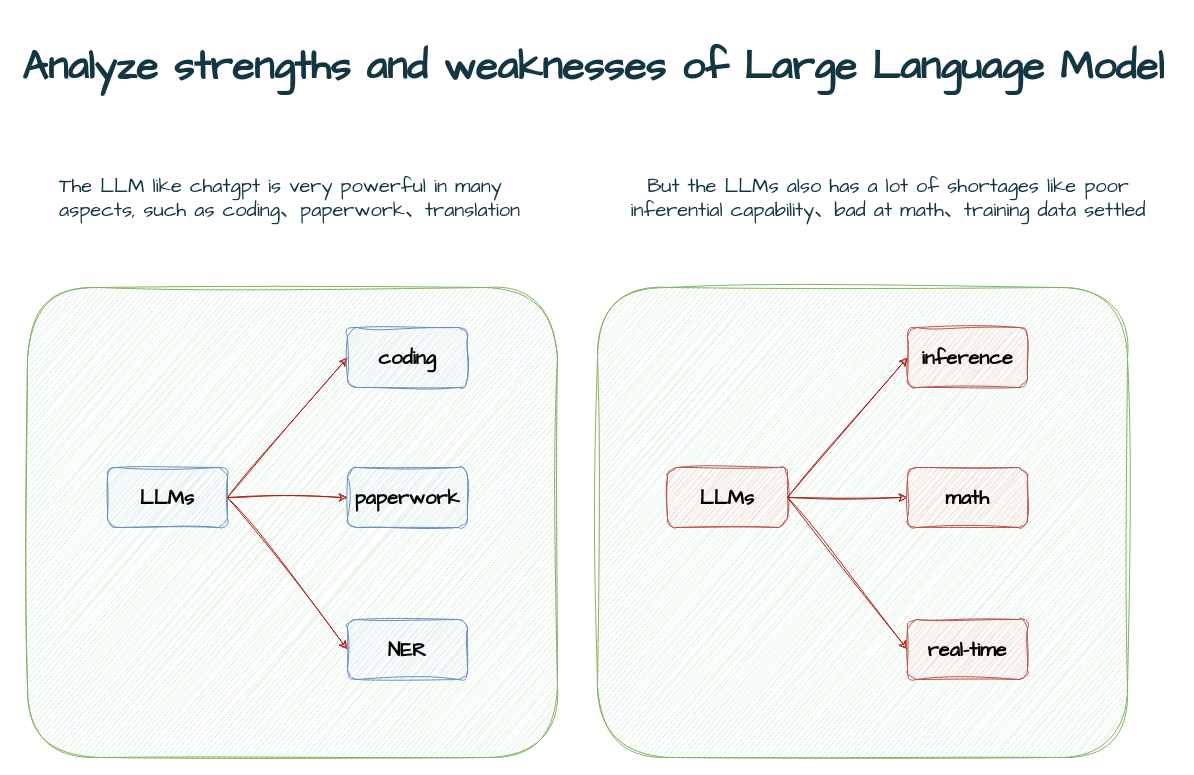
This is page "优劣势" (1 of 4) of 未命名.drawio from littlewwwhite/draw.io, a draw.io file, before an edit. Source tidied: cells renumbered, new cells numbered last; positions are measured from the earlier drawing's top-left corner, leaving out a move shared by most shapes. Both pictures are drawn from the tidied source at 100%, with x=0, y=0 at pixel (17, 27).
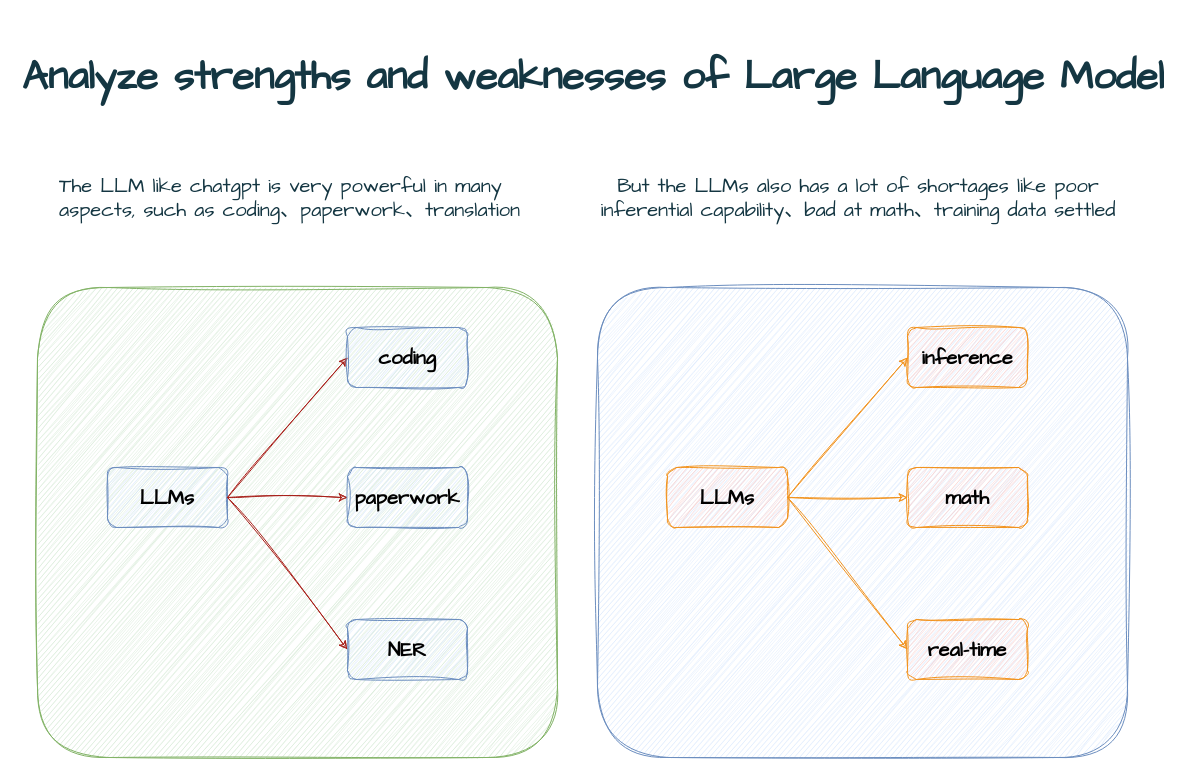
Above is the later version.

What changed in the source:
```diff
@@
-    <mxCell id="2" style="rounded=1;whiteSpace=wrap;html=1;hachureGap=4;strokeColor=#82b366;fontFamily=Architects Daughter;fontSize=20;fillColor=#d5e8d4;sketch=1;curveFitting=1;jiggle=2;" parent="1" vertex="1">
+    <mxCell id="2" style="rounded=1;whiteSpace=wrap;html=1;hachureGap=4;strokeColor=#6c8ebf;fontFamily=Architects Daughter;fontSize=20;fillColor=#dae8fc;sketch=1;curveFitting=1;jiggle=2;" parent="1" vertex="1">
       <mxGeometry x="580" y="260" width="530" height="470" as="geometry" />
     </mxCell>
     <mxCell id="3" style="rounded=1;whiteSpace=wrap;html=1;hachureGap=4;strokeColor=#82b366;fontFamily=Architects Daughter;fontSize=20;fillColor=#d5e8d4;sketch=1;curveFitting=1;jiggle=2;" parent="1" vertex="1">
-      <mxGeometry x="10" y="260" width="530" height="470" as="geometry" />
+      <mxGeometry x="20" y="260" width="520" height="470" as="geometry" />
     </mxCell>
@@
     <mxCell id="11" value="&lt;span style=&quot;color: rgb(20, 54, 66); font-family: &amp;quot;Architects Daughter&amp;quot;; font-size: 20px; font-style: normal; font-variant-ligatures: normal; font-variant-caps: normal; font-weight: 400; letter-spacing: normal; orphans: 2; text-align: center; text-indent: 0px; text-transform: none; widows: 2; word-spacing: 0px; -webkit-text-stroke-width: 0px; text-decoration-thickness: initial; text-decoration-style: initial; text-decoration-color: initial; float: none; display: inline !important;&quot;&gt;The LLM like chatgpt is very powerful in many aspects, such as coding、paperwork、translation&lt;/span&gt;" style="text;whiteSpace=wrap;html=1;fontSize=20;fontFamily=Architects Daughter;fontColor=#143642;sketch=1;curveFitting=1;jiggle=2;labelBackgroundColor=none;" parent="1" vertex="1">
-      <mxGeometry x="40" y="140" width="490" height="70" as="geometry" />
+      <mxGeometry x="40" y="140" width="520" height="70" as="geometry" />
     </mxCell>
     <mxCell id="12" value="&lt;div style=&quot;text-align: center;&quot;&gt;But the LLMs also has a lot of shortages like poor inferential capability&lt;span style=&quot;background-color: initial;&quot;&gt;、bad at math、training data settled&lt;/span&gt;&lt;/div&gt;" style="text;whiteSpace=wrap;html=1;fontSize=20;fontFamily=Architects Daughter;fontColor=#143642;sketch=1;curveFitting=1;jiggle=2;" parent="1" vertex="1">
-      <mxGeometry x="590" y="140" width="560" height="70" as="geometry" />
+      <mxGeometry x="580" y="140" width="520" height="70" as="geometry" />
     </mxCell>
-    <mxCell id="13" value="LLMs" style="rounded=1;whiteSpace=wrap;html=1;hachureGap=4;strokeColor=#b85450;fontFamily=Architects Daughter;fontSize=20;fillColor=#f8cecc;labelBackgroundColor=none;sketch=1;curveFitting=1;jiggle=2;fontStyle=1;labelBorderColor=none;" parent="1" vertex="1">
+    <mxCell id="13" value="LLMs" style="rounded=1;whiteSpace=wrap;html=1;hachureGap=4;strokeColor=#f2931e;fontFamily=Architects Daughter;fontSize=20;fillColor=#f8cecc;labelBackgroundColor=none;sketch=1;curveFitting=1;jiggle=2;fontStyle=1;labelBorderColor=none;" parent="1" vertex="1">
       <mxGeometry x="650" y="440" width="120" height="60" as="geometry" />
     </mxCell>
-    <mxCell id="14" style="endArrow=classic;html=1;rounded=0;hachureGap=4;strokeColor=#A8201A;fontFamily=Architects Daughter;fontSize=16;fontColor=default;fillColor=#FAE5C7;exitX=1;exitY=0.5;exitDx=0;exitDy=0;entryX=0;entryY=0.5;entryDx=0;entryDy=0;labelBackgroundColor=none;sketch=1;curveFitting=1;jiggle=2;" parent="1" edge="1" source="13" target="15">
+    <mxCell id="14" style="endArrow=classic;html=1;rounded=0;hachureGap=4;strokeColor=#f2931e;fontFamily=Architects Daughter;fontSize=16;fontColor=default;fillColor=#FAE5C7;exitX=1;exitY=0.5;exitDx=0;exitDy=0;entryX=0;entryY=0.5;entryDx=0;entryDy=0;labelBackgroundColor=none;sketch=1;curveFitting=1;jiggle=2;" parent="1" edge="1" source="13" target="15">
       <mxGeometry relative="1" as="geometry" />
     </mxCell>
-    <mxCell id="15" value="inference" style="rounded=1;whiteSpace=wrap;html=1;hachureGap=4;strokeColor=#b85450;fontFamily=Architects Daughter;fontSize=20;fillColor=#f8cecc;labelBackgroundColor=none;fillStyle=auto;sketch=1;curveFitting=1;jiggle=2;fontStyle=1;labelBorderColor=none;" parent="1" vertex="1">
+    <mxCell id="15" value="inference" style="rounded=1;whiteSpace=wrap;html=1;hachureGap=4;strokeColor=#f2931e;fontFamily=Architects Daughter;fontSize=20;fillColor=#f8cecc;labelBackgroundColor=none;fillStyle=auto;sketch=1;curveFitting=1;jiggle=2;fontStyle=1;labelBorderColor=none;" parent="1" vertex="1">
       <mxGeometry x="890" y="300" width="120" height="60" as="geometry" />
     </mxCell>
-    <mxCell id="16" style="endArrow=classic;html=1;rounded=0;hachureGap=4;strokeColor=#A8201A;fontFamily=Architects Daughter;fontSize=16;fontColor=default;fillColor=#FAE5C7;entryX=0;entryY=0.5;entryDx=0;entryDy=0;labelBackgroundColor=none;sketch=1;curveFitting=1;jiggle=2;" parent="1" edge="1" target="17">
+    <mxCell id="16" style="endArrow=classic;html=1;rounded=0;hachureGap=4;strokeColor=#f2931e;fontFamily=Architects Daughter;fontSize=16;fontColor=default;fillColor=#FAE5C7;entryX=0;entryY=0.5;entryDx=0;entryDy=0;labelBackgroundColor=none;sketch=1;curveFitting=1;jiggle=2;" parent="1" edge="1" target="17">
       <mxGeometry relative="1" as="geometry">
         <mxPoint x="770" y="470" as="sourcePoint" />
       </mxGeometry>
     </mxCell>
-    <mxCell id="17" value="math" style="rounded=1;whiteSpace=wrap;html=1;hachureGap=4;strokeColor=#b85450;fontFamily=Architects Daughter;fontSize=20;fillColor=#f8cecc;labelBackgroundColor=none;sketch=1;curveFitting=1;jiggle=2;fontStyle=1;labelBorderColor=none;" parent="1" vertex="1">
+    <mxCell id="17" value="math" style="rounded=1;whiteSpace=wrap;html=1;hachureGap=4;strokeColor=#f2931e;fontFamily=Architects Daughter;fontSize=20;fillColor=#f8cecc;labelBackgroundColor=none;sketch=1;curveFitting=1;jiggle=2;fontStyle=1;labelBorderColor=none;" parent="1" vertex="1">
       <mxGeometry x="890" y="440" width="120" height="60" as="geometry" />
     </mxCell>
-    <mxCell id="18" style="endArrow=classic;html=1;rounded=0;hachureGap=4;strokeColor=#A8201A;fontFamily=Architects Daughter;fontSize=16;fontColor=default;fillColor=#FAE5C7;entryX=0;entryY=0.5;entryDx=0;entryDy=0;labelBackgroundColor=none;sketch=1;curveFitting=1;jiggle=2;" parent="1" edge="1" target="19">
+    <mxCell id="18" style="endArrow=classic;html=1;rounded=0;hachureGap=4;strokeColor=#f2931e;fontFamily=Architects Daughter;fontSize=16;fontColor=default;fillColor=#FAE5C7;entryX=0;entryY=0.5;entryDx=0;entryDy=0;labelBackgroundColor=none;sketch=1;curveFitting=1;jiggle=2;" parent="1" edge="1" target="19">
       <mxGeometry relative="1" as="geometry">
         <mxPoint x="770" y="470" as="sourcePoint" />
       </mxGeometry>
     </mxCell>
-    <mxCell id="19" value="real-time" style="rounded=1;whiteSpace=wrap;html=1;hachureGap=4;strokeColor=#b85450;fontFamily=Architects Daughter;fontSize=20;fillColor=#f8cecc;labelBackgroundColor=none;sketch=1;curveFitting=1;jiggle=2;fontStyle=1;labelBorderColor=none;" parent="1" vertex="1">
+    <mxCell id="19" value="real-time" style="rounded=1;whiteSpace=wrap;html=1;hachureGap=4;strokeColor=#f2931e;fontFamily=Architects Daughter;fontSize=20;fillColor=#f8cecc;labelBackgroundColor=none;sketch=1;curveFitting=1;jiggle=2;fontStyle=1;labelBorderColor=none;" parent="1" vertex="1">
       <mxGeometry x="890" y="592" width="120" height="60" as="geometry" />
     </mxCell>
     <mxCell id="20" value="&lt;h1&gt;Analyze strengths and weaknesses of Large Language Model&lt;/h1&gt;" style="text;html=1;strokeColor=none;fillColor=none;spacing=5;spacingTop=-20;whiteSpace=wrap;overflow=hidden;rounded=0;fontSize=20;fontFamily=Architects Daughter;fontColor=#143642;sketch=1;curveFitting=1;jiggle=2;" parent="1" vertex="1">
-      <mxGeometry width="1160" height="80" as="geometry" />
+      <mxGeometry y="10" width="1150" height="80" as="geometry" />
     </mxCell>
```
